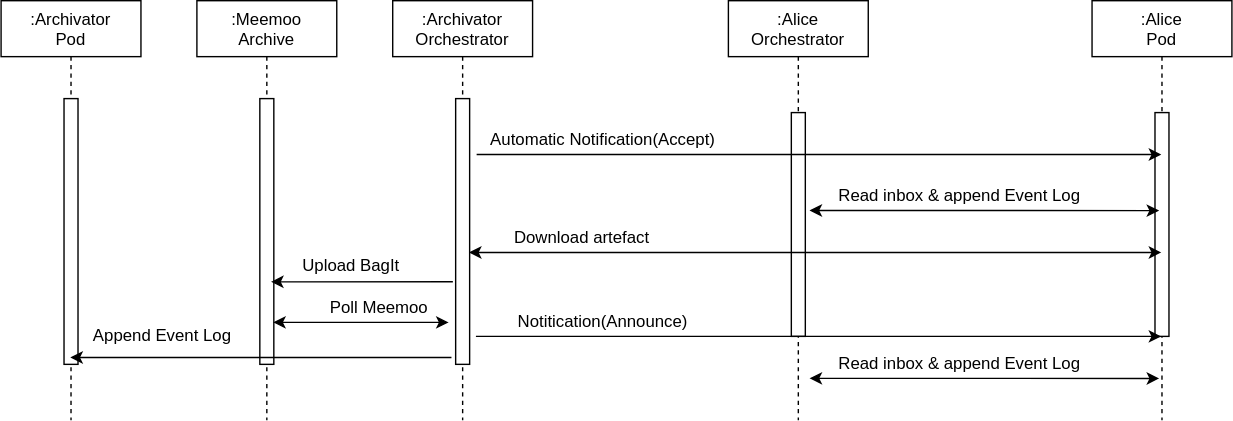
Before: images/spec-usecases_scholarly_6.svg, a diagram exported from draw.io (CRISalid-esr/spec-usecases). Source tidied: cells renumbered, new cells last; positions are measured from the earlier drawing's top-left corner, leaving out a move shared by most shapes.
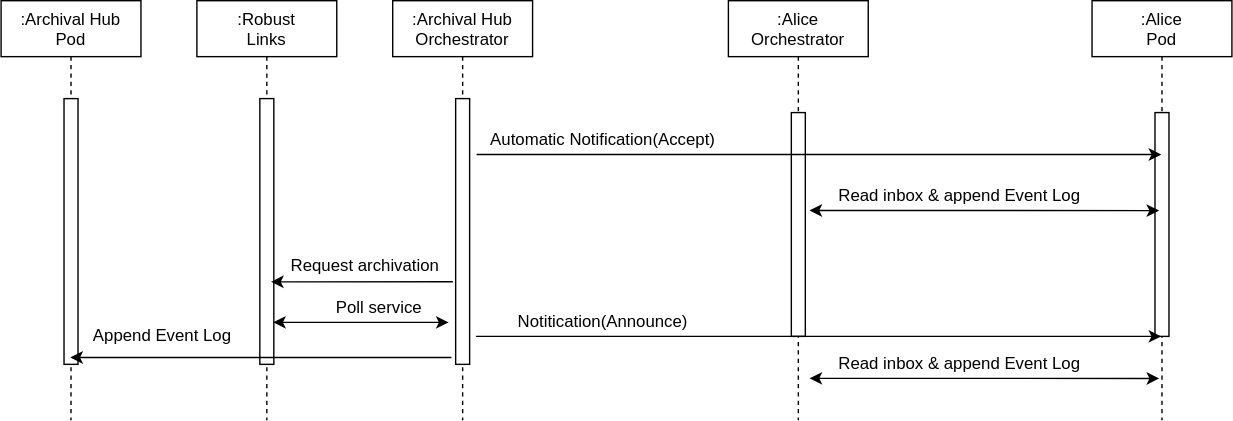
After the change.

Commit message:
Putting the Robust Links example back into the use case

What changed in the source:
```diff
@@ -2,7 +2,7 @@
   <root>
     <mxCell id="0" />
     <mxCell id="1" parent="0" />
-    <mxCell id="2" value=":Archivator&#10;Orchestrator" style="shape=umlLifeline;perimeter=lifelinePerimeter;rounded=0;shadow=0;strokeWidth=1;" parent="1" vertex="1">
+    <mxCell id="2" value=":Archival Hub&#10;Orchestrator" style="shape=umlLifeline;perimeter=lifelinePerimeter;rounded=0;shadow=0;strokeWidth=1;" parent="1" vertex="1">
       <mxGeometry x="280" width="100" height="300" as="geometry" />
     </mxCell>
     <mxCell id="3" style="points=[];perimeter=orthogonalPerimeter;rounded=0;shadow=0;strokeWidth=1;" parent="2" vertex="1">
@@ -47,28 +47,20 @@
     <mxCell id="13" value="Read inbox &amp;amp; append Event Log" style="text;html=1;align=center;verticalAlign=middle;strokeColor=none;fillColor=none;" parent="1" vertex="1">
       <mxGeometry x="590" y="250" width="190" height="20" as="geometry" />
     </mxCell>
-    <mxCell id="14" value=":Meemoo&#10;Archive" style="shape=umlLifeline;perimeter=lifelinePerimeter;rounded=0;shadow=0;strokeWidth=1;" parent="1" vertex="1">
+    <mxCell id="14" value=":Robust&#10;Links" style="shape=umlLifeline;perimeter=lifelinePerimeter;rounded=0;shadow=0;strokeWidth=1;" parent="1" vertex="1">
       <mxGeometry x="140" width="100" height="300" as="geometry" />
     </mxCell>
     <mxCell id="15" style="perimeter=orthogonalPerimeter;rounded=0;shadow=0;strokeWidth=1;" parent="14" vertex="1">
       <mxGeometry x="45" y="70" width="10" height="190" as="geometry" />
     </mxCell>
-    <mxCell id="16" style="endArrow=classic;startArrow=classic;html=1;rounded=0;" parent="1" edge="1" target="6">
-      <mxGeometry relative="1" as="geometry">
-        <mxPoint x="334.5" y="180" as="sourcePoint" />
-      </mxGeometry>
-    </mxCell>
-    <mxCell id="17" value="Download artefact" style="text;html=1;align=center;verticalAlign=middle;strokeColor=none;fillColor=none;" parent="1" vertex="1">
-      <mxGeometry x="360" y="160" width="110" height="20" as="geometry" />
-    </mxCell>
     <mxCell id="18" style="endArrow=classic;html=1;rounded=0;exitX=-0.5;exitY=1.005;exitDx=0;exitDy=0;exitPerimeter=0;" parent="1" edge="1">
       <mxGeometry relative="1" as="geometry">
         <mxPoint x="323" y="201" as="sourcePoint" />
         <mxPoint x="193" y="201" as="targetPoint" />
       </mxGeometry>
     </mxCell>
-    <mxCell id="19" value="Upload BagIt" style="text;html=1;align=center;verticalAlign=middle;strokeColor=none;fillColor=none;" parent="1" vertex="1">
-      <mxGeometry x="210" y="180" width="80" height="20" as="geometry" />
+    <mxCell id="19" value="Request archivation" style="text;html=1;align=center;verticalAlign=middle;strokeColor=none;fillColor=none;" parent="1" vertex="1">
+      <mxGeometry x="200" y="180" width="120" height="20" as="geometry" />
     </mxCell>
     <mxCell id="20" style="endArrow=classic;startArrow=classic;html=1;rounded=0;" parent="1" edge="1">
       <mxGeometry relative="1" as="geometry">
@@ -76,8 +68,8 @@
         <mxPoint x="320" y="230" as="targetPoint" />
       </mxGeometry>
     </mxCell>
-    <mxCell id="21" value="Poll Meemoo" style="text;html=1;align=center;verticalAlign=middle;strokeColor=none;fillColor=none;" parent="1" vertex="1">
-      <mxGeometry x="225" y="210" width="90" height="20" as="geometry" />
+    <mxCell id="21" value="Poll service" style="text;html=1;align=center;verticalAlign=middle;strokeColor=none;fillColor=none;" parent="1" vertex="1">
+      <mxGeometry x="230" y="210" width="80" height="20" as="geometry" />
     </mxCell>
     <mxCell id="22" style="endArrow=classic;html=1;rounded=0;" parent="1" edge="1" target="6">
       <mxGeometry relative="1" as="geometry">
@@ -87,7 +79,7 @@
     <mxCell id="23" value="Notitication(Announce)" style="text;html=1;align=center;verticalAlign=middle;strokeColor=none;fillColor=none;" parent="1" vertex="1">
       <mxGeometry x="360" y="220" width="140" height="20" as="geometry" />
     </mxCell>
-    <mxCell id="24" value=":Archivator&#10;Pod" style="shape=umlLifeline;perimeter=lifelinePerimeter;rounded=0;shadow=0;strokeWidth=1;" parent="1" vertex="1">
+    <mxCell id="24" value=":Archival Hub&#10;Pod" style="shape=umlLifeline;perimeter=lifelinePerimeter;rounded=0;shadow=0;strokeWidth=1;" parent="1" vertex="1">
       <mxGeometry width="100" height="300" as="geometry" />
     </mxCell>
     <mxCell id="25" style="perimeter=orthogonalPerimeter;rounded=0;shadow=0;strokeWidth=1;" parent="24" vertex="1">
```
